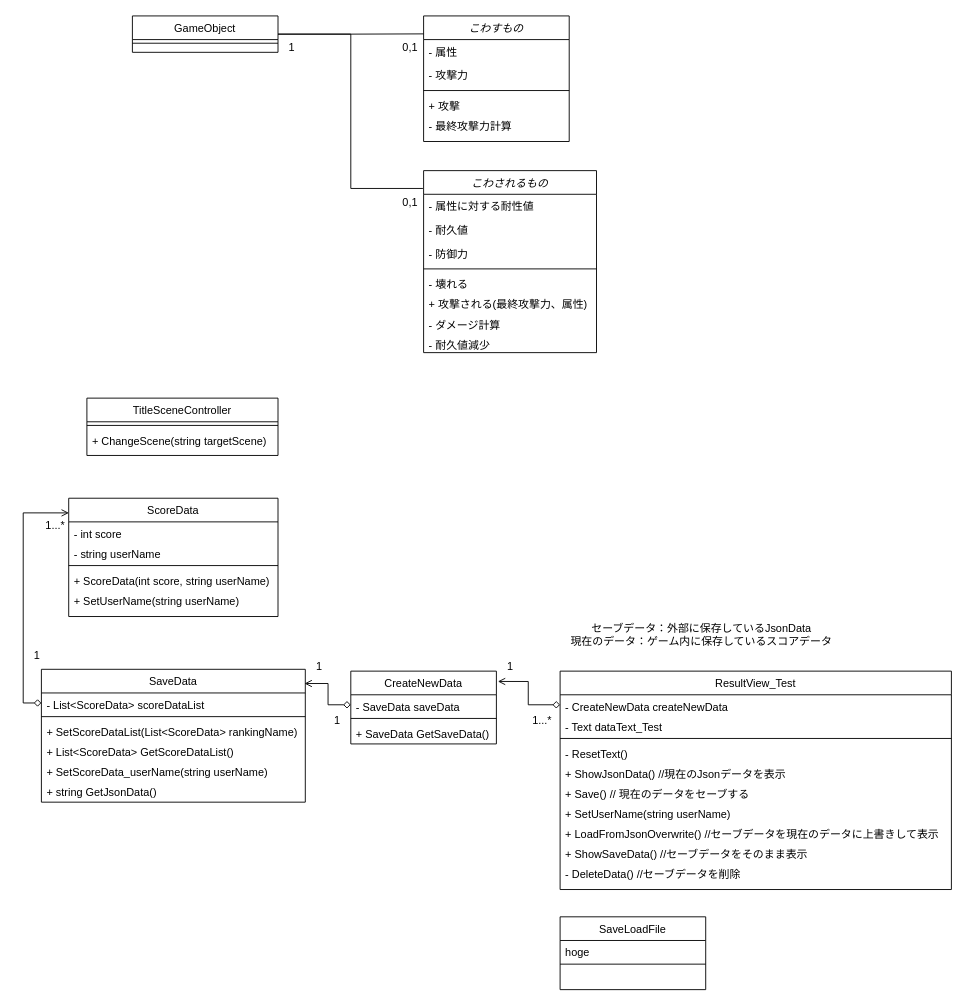
Earlier version of the draw.io diagram ClassDiagram/aramakifes2024.drawio (sobabouro/heyakowashi-game). Source tidied: cells renumbered, new cells numbered last; positions are measured from the earlier drawing's top-left corner, leaving out a move shared by most shapes. Both pictures are drawn from the tidied source at 91%, with x=0, y=0 at pixel (23, 15).
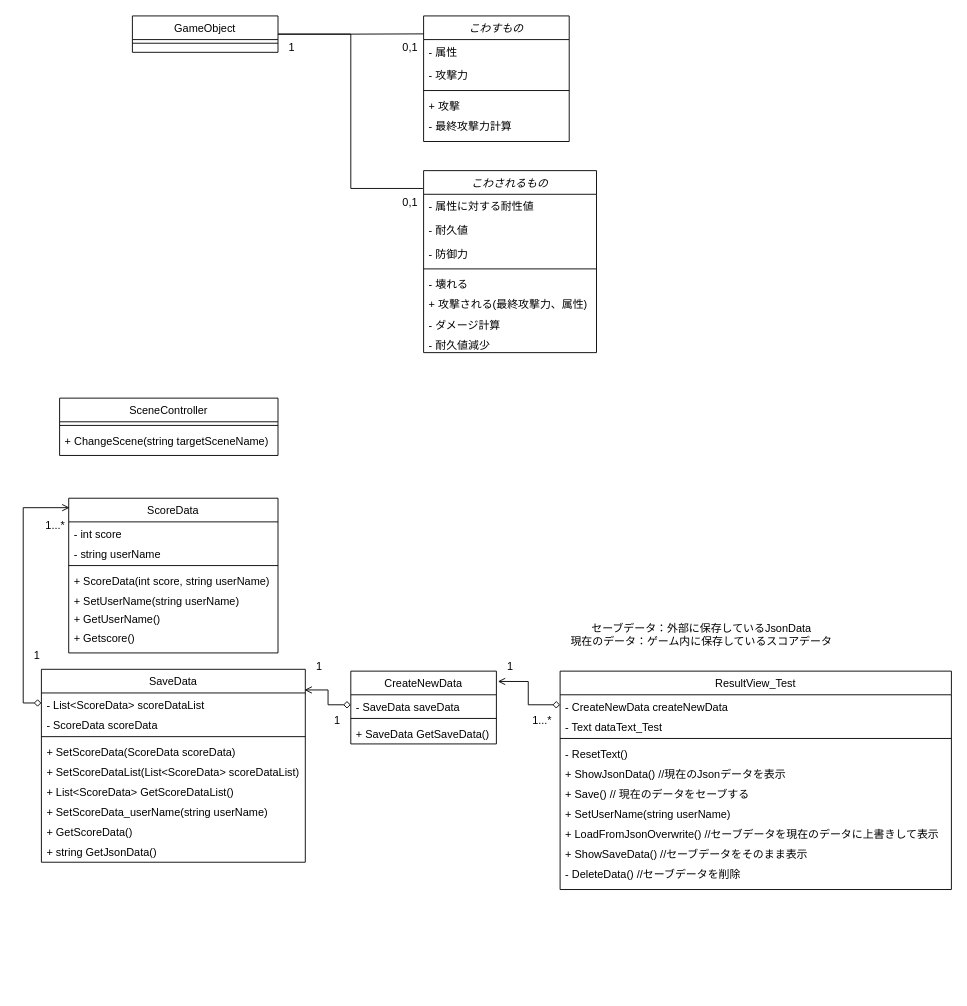
The same page after the edit.

Commit message (it also covers changes not shown here):
クラス図に書いたセーブデータ関係のコードの実装

Unchanged cells that the change refers to:
```xml
<mxCell id="21" value="- List&lt;ScoreData&gt; scoreDataList" style="text;align=left;verticalAlign=top;spacingLeft=4;spacingRight=4;overflow=hidden;points=[[0,0.5],[1,0.5]];portConstraint=eastwest;" parent="20" vertex="1">
  <mxGeometry y="26" width="290" height="22" as="geometry" />
</mxCell>
```

Change to the diagram source:
```diff
@@
-    <mxCell id="17" value="TitleSceneController" style="swimlane;fontStyle=0;align=center;verticalAlign=top;horizontal=1;startSize=26;rounded=0;shadow=0;strokeWidth=1;" parent="1" vertex="1">
-      <mxGeometry x="70" y="420" width="210" height="63" as="geometry" />
+    <mxCell id="17" value="SceneController" style="swimlane;fontStyle=0;align=center;verticalAlign=top;horizontal=1;startSize=26;rounded=0;shadow=0;strokeWidth=1;" parent="1" vertex="1">
+      <mxGeometry x="40" y="420" width="240" height="63" as="geometry" />
     </mxCell>
     <mxCell id="18" style="line;html=1;strokeWidth=1;align=left;verticalAlign=middle;spacingTop=-1;spacingLeft=3;spacingRight=3;labelPosition=right;" parent="17" vertex="1">
-      <mxGeometry y="26" width="210" height="8" as="geometry" />
+      <mxGeometry y="26" width="240" height="8" as="geometry" />
     </mxCell>
-    <mxCell id="19" value="+ ChangeScene(string targetScene)" style="text;align=left;verticalAlign=top;spacingLeft=4;spacingRight=4;overflow=hidden;" parent="17" vertex="1">
-      <mxGeometry y="34" width="210" height="22" as="geometry" />
+    <mxCell id="19" value="+ ChangeScene(string targetSceneName)" style="text;align=left;verticalAlign=top;spacingLeft=4;spacingRight=4;overflow=hidden;" parent="17" vertex="1">
+      <mxGeometry y="34" width="240" height="22" as="geometry" />
     </mxCell>
     <mxCell id="20" value="SaveData" style="swimlane;fontStyle=0;align=center;verticalAlign=top;horizontal=1;startSize=26;rounded=0;shadow=0;strokeWidth=1;" parent="1" vertex="1">
-      <mxGeometry x="20" y="718" width="290" height="146" as="geometry" />
+      <mxGeometry x="20" y="718" width="290" height="212" as="geometry" />
     </mxCell>
@@
+    <mxCell id="68" value="- ScoreData scoreData" style="text;align=left;verticalAlign=top;spacingLeft=4;spacingRight=4;overflow=hidden;" parent="20" vertex="1">
+      <mxGeometry y="48" width="290" height="22" as="geometry" />
+    </mxCell>
     <mxCell id="22" style="line;html=1;strokeWidth=1;align=left;verticalAlign=middle;spacingTop=-1;spacingLeft=3;spacingRight=3;labelPosition=right;" parent="20" vertex="1">
-      <mxGeometry y="48" width="290" height="8" as="geometry" />
+      <mxGeometry y="70" width="290" height="8" as="geometry" />
     </mxCell>
+    <mxCell id="69" value="+ SetScoreData(ScoreData scoreData)" style="text;align=left;verticalAlign=top;spacingLeft=4;spacingRight=4;overflow=hidden;" parent="20" vertex="1">
+      <mxGeometry y="78" width="290" height="22" as="geometry" />
+    </mxCell>
-    <mxCell id="23" value="+ SetScoreDataList(List&lt;ScoreData&gt; rankingName)" style="text;align=left;verticalAlign=top;spacingLeft=4;spacingRight=4;overflow=hidden;" parent="20" vertex="1">
-      <mxGeometry y="56" width="290" height="22" as="geometry" />
+    <mxCell id="23" value="+ SetScoreDataList(List&lt;ScoreData&gt; scoreDataList)" style="text;align=left;verticalAlign=top;spacingLeft=4;spacingRight=4;overflow=hidden;" parent="20" vertex="1">
+      <mxGeometry y="100" width="290" height="22" as="geometry" />
     </mxCell>
     <mxCell id="24" value="+ List&lt;ScoreData&gt; GetScoreDataList()" style="text;align=left;verticalAlign=top;spacingLeft=4;spacingRight=4;overflow=hidden;" parent="20" vertex="1">
-      <mxGeometry y="78" width="290" height="22" as="geometry" />
+      <mxGeometry y="122" width="290" height="22" as="geometry" />
     </mxCell>
     <mxCell id="25" value="+ SetScoreData_userName(string userName)" style="text;align=left;verticalAlign=top;spacingLeft=4;spacingRight=4;overflow=hidden;" parent="20" vertex="1">
-      <mxGeometry y="100" width="290" height="22" as="geometry" />
+      <mxGeometry y="144" width="290" height="22" as="geometry" />
     </mxCell>
+    <mxCell id="70" value="+ GetScoreData()" style="text;align=left;verticalAlign=top;spacingLeft=4;spacingRight=4;overflow=hidden;" parent="20" vertex="1">
+      <mxGeometry y="166" width="290" height="22" as="geometry" />
+    </mxCell>
     <mxCell id="26" value="+ string GetJsonData()" style="text;align=left;verticalAlign=top;spacingLeft=4;spacingRight=4;overflow=hidden;" parent="20" vertex="1">
-      <mxGeometry y="122" width="290" height="24" as="geometry" />
+      <mxGeometry y="188" width="290" height="24" as="geometry" />
     </mxCell>
@@
     <mxCell id="39" value="ScoreData" style="swimlane;fontStyle=0;align=center;verticalAlign=top;horizontal=1;startSize=26;rounded=0;shadow=0;strokeWidth=1;" parent="1" vertex="1">
-      <mxGeometry x="50" y="530" width="230" height="130" as="geometry" />
+      <mxGeometry x="50" y="530" width="230" height="170" as="geometry" />
     </mxCell>
@@
+    <mxCell id="71" value="+ GetUserName()" style="text;align=left;verticalAlign=top;spacingLeft=4;spacingRight=4;overflow=hidden;" parent="39" vertex="1">
+      <mxGeometry y="120" width="230" height="20" as="geometry" />
+    </mxCell>
+    <mxCell id="72" value="+ Getscore()" style="text;align=left;verticalAlign=top;spacingLeft=4;spacingRight=4;overflow=hidden;" parent="39" vertex="1">
+      <mxGeometry y="140" width="230" height="20" as="geometry" />
+    </mxCell>
-    <mxCell id="45" style="edgeStyle=orthogonalEdgeStyle;rounded=0;jettySize=auto;html=1;exitX=0;exitY=0.5;exitDx=0;exitDy=0;entryX=0.001;entryY=0.124;entryDx=0;entryDy=0;entryPerimeter=0;endArrow=open;endFill=0;startArrow=diamond;startFill=0;" parent="1" edge="1" source="21" target="39">
+    <mxCell id="45" style="edgeStyle=orthogonalEdgeStyle;rounded=0;jettySize=auto;html=1;exitX=0;exitY=0.5;exitDx=0;exitDy=0;entryX=0.004;entryY=0.061;entryDx=0;entryDy=0;entryPerimeter=0;endArrow=open;endFill=0;startArrow=diamond;startFill=0;" parent="1" edge="1" source="21" target="39">
       <mxGeometry relative="1" as="geometry" />
     </mxCell>
@@
-    <mxCell id="59" value="SaveLoadFile" style="swimlane;fontStyle=0;align=center;verticalAlign=top;horizontal=1;startSize=26;rounded=0;shadow=0;strokeWidth=1;" parent="1" vertex="1">
-      <mxGeometry x="590" y="990" width="160" height="80" as="geometry" />
-    </mxCell>
-    <mxCell id="60" value="hoge" style="text;align=left;verticalAlign=top;spacingLeft=4;spacingRight=4;overflow=hidden;" parent="59" vertex="1">
-      <mxGeometry y="26" width="160" height="22" as="geometry" />
-    </mxCell>
-    <mxCell id="61" style="line;html=1;strokeWidth=1;align=left;verticalAlign=middle;spacingTop=-1;spacingLeft=3;spacingRight=3;labelPosition=right;" parent="59" vertex="1">
-      <mxGeometry y="48" width="160" height="8" as="geometry" />
-    </mxCell>
```
